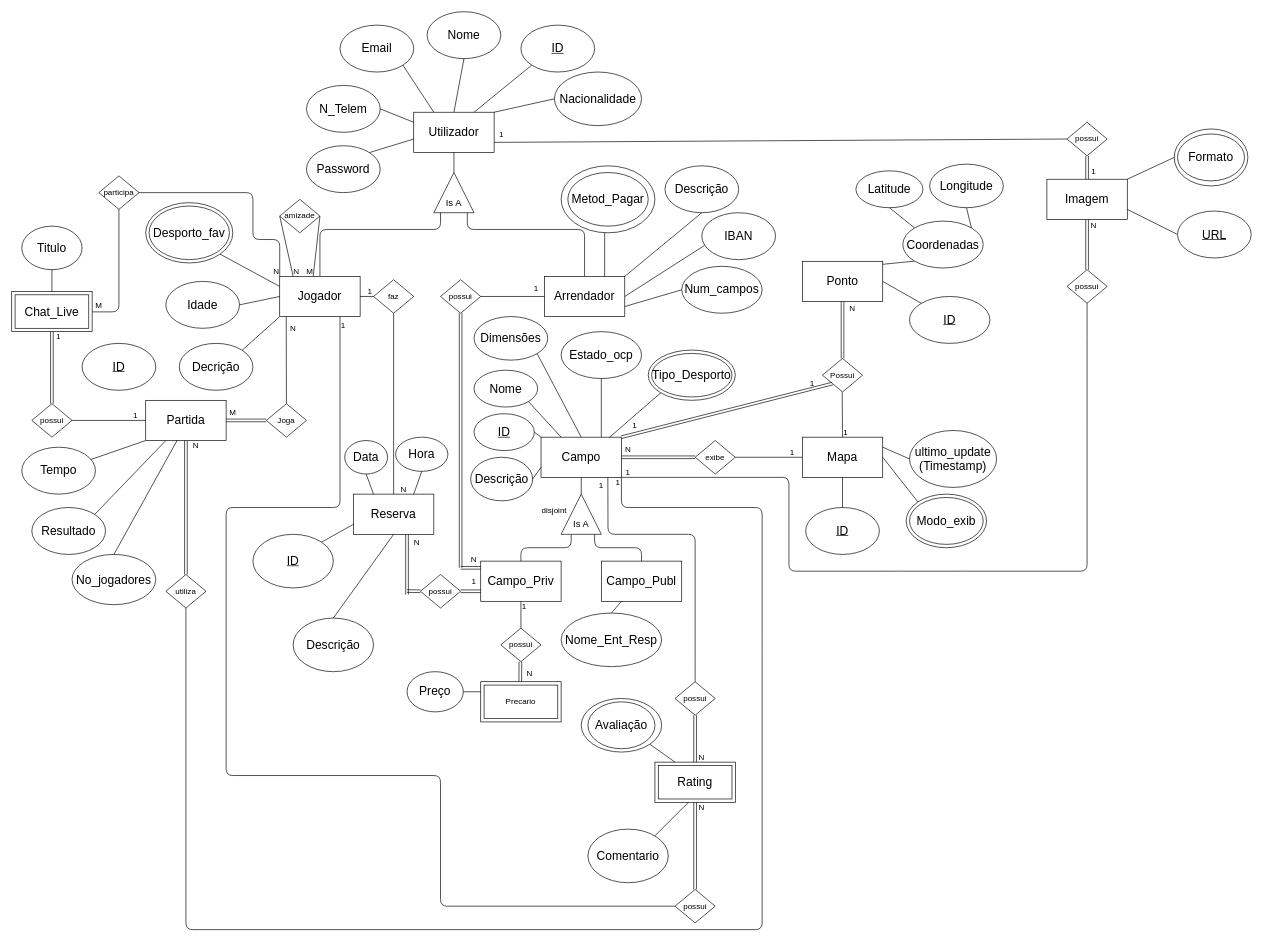
Earlier version of the draw.io diagram DER_SL.drawio (Paul-Y5/Projeto_SPORTSLINK-BD). Source tidied: cells renumbered, new cells numbered last; positions are measured from the earlier drawing's top-left corner, leaving out a move shared by most shapes. Both pictures are drawn from the tidied source at 67%, with x=0, y=0 at pixel (11, 11).
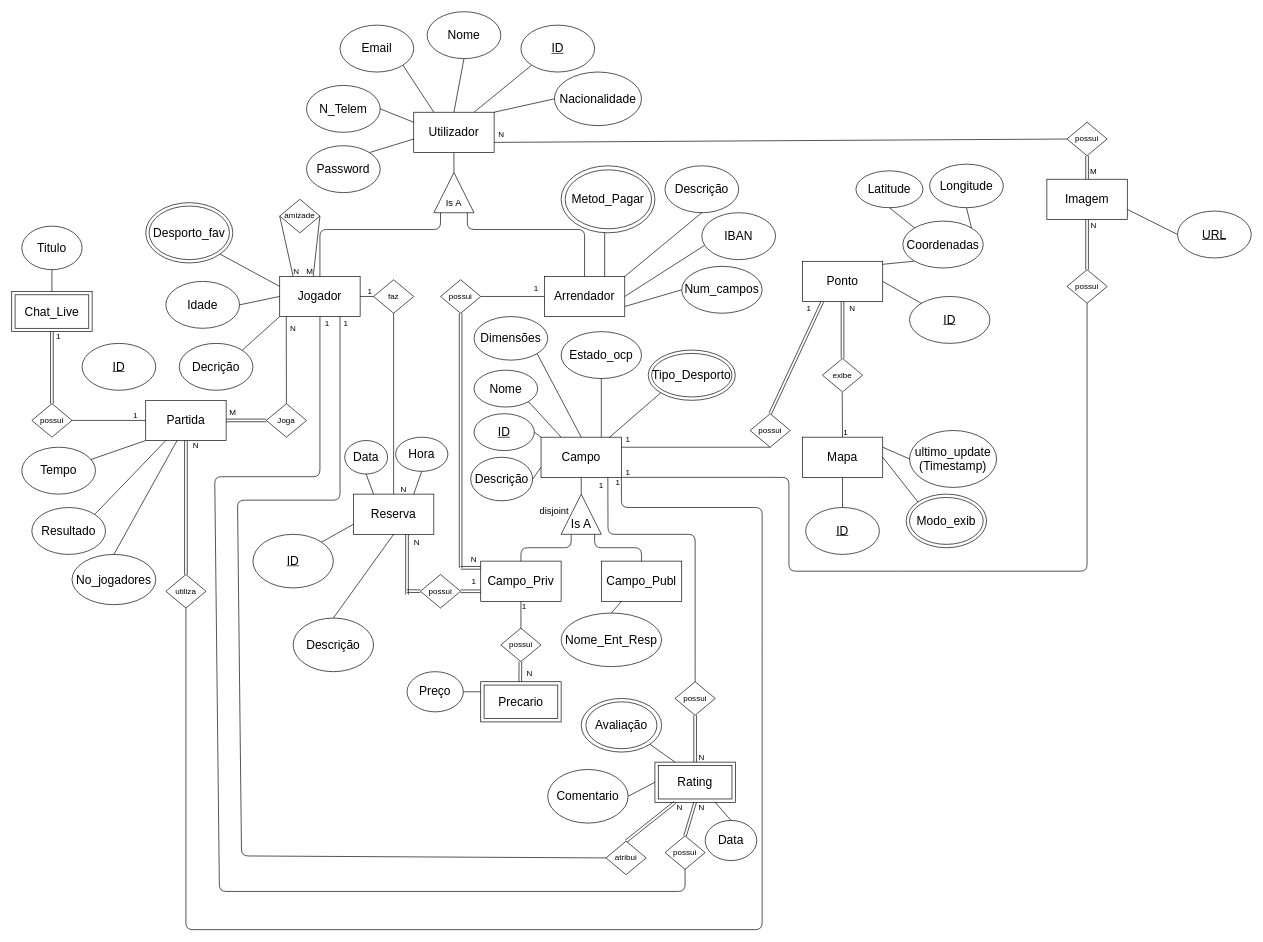
The same page after the edit.

The change refers to these unchanged cells:
```xml
<mxCell id="15" value="&lt;span style=&quot;font-size: 18px;&quot;&gt;Jogador&lt;/span&gt;" style="rounded=0;whiteSpace=wrap;html=1;" parent="1" vertex="1">
  <mxGeometry x="400" y="395" width="120" height="60" as="geometry" />
</mxCell>
<mxCell id="37" value="&lt;font style=&quot;font-size: 18px;&quot;&gt;Mapa&lt;/font&gt;" style="rounded=0;whiteSpace=wrap;html=1;" parent="1" vertex="1">
  <mxGeometry x="1180" y="635" width="120" height="60" as="geometry" />
</mxCell>
<mxCell id="45" value="&lt;font style=&quot;font-size: 18px;&quot;&gt;Campo&lt;/font&gt;" style="rounded=0;whiteSpace=wrap;html=1;" parent="1" vertex="1">
  <mxGeometry x="790" y="635" width="120" height="60" as="geometry" />
</mxCell>
<mxCell id="74" value="&lt;font style=&quot;font-size: 18px;&quot;&gt;Rating&lt;/font&gt;" style="rounded=0;whiteSpace=wrap;html=1;" parent="1" vertex="1">
  <mxGeometry x="960" y="1120" width="120" height="60" as="geometry" />
</mxCell>
<mxCell id="78" value="&lt;font style=&quot;font-size: 18px;&quot;&gt;Imagem&lt;/font&gt;" style="rounded=0;whiteSpace=wrap;html=1;" parent="1" vertex="1">
  <mxGeometry x="1545" y="250" width="120" height="60" as="geometry" />
</mxCell>
<mxCell id="175" value="&lt;span style=&quot;font-size: 18px;&quot;&gt;Ponto&lt;/span&gt;" style="rounded=0;whiteSpace=wrap;html=1;" parent="1" vertex="1">
  <mxGeometry x="1180" y="372.5" width="120" height="60" as="geometry" />
</mxCell>
```

Change to the diagram source:
```diff
@@
     <mxCell id="33" style="ellipse;whiteSpace=wrap;html=1;fillColor=none;" parent="1" vertex="1">
-      <mxGeometry x="830" y="240" width="120" height="80" as="geometry" />
+      <mxGeometry x="826" y="236" width="129" height="88" as="geometry" />
     </mxCell>
@@
-    <mxCell id="46" value="exibe" style="rhombus;whiteSpace=wrap;html=1;" parent="1" vertex="1">
-      <mxGeometry x="1020" y="640" width="60" height="50" as="geometry" />
-    </mxCell>
-    <mxCell id="47" style="endArrow=none;html=1;entryX=0;entryY=0.5;entryDx=0;entryDy=0;exitX=1;exitY=0.5;exitDx=0;exitDy=0;shape=link;" parent="1" edge="1" source="45" target="46">
-      <mxGeometry relative="1" as="geometry" />
-    </mxCell>
-    <mxCell id="48" style="endArrow=none;html=1;entryX=0;entryY=0.5;entryDx=0;entryDy=0;exitX=1;exitY=0.5;exitDx=0;exitDy=0;" parent="1" edge="1" source="46" target="37">
-      <mxGeometry relative="1" as="geometry" />
-    </mxCell>
@@
-    <mxCell id="56" value="Precario" style="rounded=0;whiteSpace=wrap;html=1;" parent="1" vertex="1">
+    <mxCell id="56" value="&lt;font style=&quot;font-size: 18px;&quot;&gt;Precario&lt;/font&gt;" style="rounded=0;whiteSpace=wrap;html=1;" parent="1" vertex="1">
       <mxGeometry x="700" y="1000" width="120" height="60" as="geometry" />
     </mxCell>
@@
-    <mxCell id="92" value="possui" style="rhombus;whiteSpace=wrap;html=1;" parent="1" vertex="1">
-      <mxGeometry x="990" y="1310" width="60" height="50" as="geometry" />
-    </mxCell>
-    <mxCell id="93" style="endArrow=none;html=1;entryX=0.75;entryY=1;entryDx=0;entryDy=0;exitX=0;exitY=0.5;exitDx=0;exitDy=0;" parent="1" edge="1" source="92" target="15">
-      <mxGeometry relative="1" as="geometry">
-        <Array as="points">
-          <mxPoint x="640" y="1335" />
-          <mxPoint x="640" y="1140" />
-          <mxPoint x="320" y="1140" />
-          <mxPoint x="320" y="740" />
-          <mxPoint x="490" y="740" />
-        </Array>
-      </mxGeometry>
-    </mxCell>
@@
     <mxCell id="96" value="&lt;font style=&quot;font-size: 18px;&quot;&gt;Comentario&lt;/font&gt;" style="ellipse;whiteSpace=wrap;html=1;" parent="1" vertex="1">
-      <mxGeometry x="860" y="1220" width="120" height="80" as="geometry" />
+      <mxGeometry x="800" y="1131" width="120" height="80" as="geometry" />
     </mxCell>
-    <mxCell id="97" style="endArrow=none;html=1;" parent="1" edge="1">
-      <mxGeometry relative="1" as="geometry">
-        <mxPoint x="960" y="1230" as="sourcePoint" />
-        <mxPoint x="1010" y="1180" as="targetPoint" />
-      </mxGeometry>
+    <mxCell id="97" style="endArrow=none;html=1;exitX=1;exitY=0.5;exitDx=0;exitDy=0;entryX=0;entryY=0.5;entryDx=0;entryDy=0;" parent="1" edge="1" source="96" target="74">
+      <mxGeometry relative="1" as="geometry" />
     </mxCell>
@@
-    <mxCell id="105" style="endArrow=none;html=1;entryX=0.5;entryY=1;entryDx=0;entryDy=0;shape=link;" parent="1" edge="1" target="74">
-      <mxGeometry relative="1" as="geometry">
-        <mxPoint x="1020" y="1310" as="sourcePoint" />
-      </mxGeometry>
-    </mxCell>
@@
-    <mxCell id="131" value="participa" style="rhombus;whiteSpace=wrap;html=1;" parent="1" vertex="1">
-      <mxGeometry x="130" y="245" width="60" height="50" as="geometry" />
-    </mxCell>
-    <mxCell id="132" style="endArrow=none;html=1;entryX=0.5;entryY=1;entryDx=0;entryDy=0;" parent="1" edge="1" target="131">
-      <mxGeometry relative="1" as="geometry">
-        <mxPoint x="120" y="448" as="sourcePoint" />
-        <Array as="points">
-          <mxPoint x="160" y="448" />
-        </Array>
-      </mxGeometry>
-    </mxCell>
-    <mxCell id="133" style="endArrow=none;html=1;exitX=1;exitY=0.5;exitDx=0;exitDy=0;entryX=0;entryY=0;entryDx=0;entryDy=0;" parent="1" edge="1" source="131" target="15">
-      <mxGeometry relative="1" as="geometry">
-        <Array as="points">
-          <mxPoint x="360" y="270" />
-          <mxPoint x="360" y="340" />
-          <mxPoint x="400" y="340" />
-        </Array>
-      </mxGeometry>
-    </mxCell>
-    <mxCell id="134" value="&lt;font style=&quot;font-size: 14px;&quot;&gt;Is A&lt;/font&gt;" style="text;strokeColor=none;align=center;fillColor=none;html=1;verticalAlign=middle;whiteSpace=wrap;rounded=0;" parent="1" vertex="1">
+    <mxCell id="134" value="&lt;font style=&quot;font-size: 18px;&quot;&gt;Is A&lt;/font&gt;" style="text;strokeColor=none;align=center;fillColor=none;html=1;verticalAlign=middle;whiteSpace=wrap;rounded=0;" parent="1" vertex="1">
       <mxGeometry x="820" y="750" width="60" height="30" as="geometry" />
     </mxCell>
@@
-    <mxCell id="140" value="N" style="text;strokeColor=none;align=center;fillColor=none;html=1;verticalAlign=middle;whiteSpace=wrap;rounded=0;" parent="1" vertex="1">
-      <mxGeometry x="390" y="385" width="10" height="5" as="geometry" />
-    </mxCell>
-    <mxCell id="141" value="M" style="text;strokeColor=none;align=center;fillColor=none;html=1;verticalAlign=middle;whiteSpace=wrap;rounded=0;" parent="1" vertex="1">
-      <mxGeometry x="125" y="435" width="10" height="5" as="geometry" />
-    </mxCell>
@@
-    <mxCell id="148" value="1" style="text;strokeColor=none;align=center;fillColor=none;html=1;verticalAlign=middle;whiteSpace=wrap;rounded=0;" parent="1" vertex="1">
-      <mxGeometry x="490" y="465" width="10" height="5" as="geometry" />
-    </mxCell>
-    <mxCell id="149" value="N" style="text;strokeColor=none;align=center;fillColor=none;html=1;verticalAlign=middle;whiteSpace=wrap;rounded=0;" parent="1" vertex="1">
-      <mxGeometry x="1025" y="1180" width="10" height="15" as="geometry" />
-    </mxCell>
@@
-    <mxCell id="154" value="1" style="text;strokeColor=none;align=center;fillColor=none;html=1;verticalAlign=middle;whiteSpace=wrap;rounded=0;" parent="1" vertex="1">
+    <mxCell id="154" value="M" style="text;strokeColor=none;align=center;fillColor=none;html=1;verticalAlign=middle;whiteSpace=wrap;rounded=0;" parent="1" vertex="1">
       <mxGeometry x="1610" y="230" width="10" height="15" as="geometry" />
     </mxCell>
-    <mxCell id="155" value="1" style="text;strokeColor=none;align=center;fillColor=none;html=1;verticalAlign=middle;whiteSpace=wrap;rounded=0;" parent="1" vertex="1">
+    <mxCell id="155" value="N" style="text;strokeColor=none;align=center;fillColor=none;html=1;verticalAlign=middle;whiteSpace=wrap;rounded=0;" parent="1" vertex="1">
       <mxGeometry x="726.2" y="175" width="10" height="15" as="geometry" />
     </mxCell>
-    <mxCell id="156" value="1" style="text;strokeColor=none;align=center;fillColor=none;html=1;verticalAlign=middle;whiteSpace=wrap;rounded=0;" parent="1" vertex="1">
-      <mxGeometry x="1160" y="650" width="10" height="15" as="geometry" />
-    </mxCell>
-    <mxCell id="157" value="N" style="text;strokeColor=none;align=center;fillColor=none;html=1;verticalAlign=middle;whiteSpace=wrap;rounded=0;" parent="1" vertex="1">
-      <mxGeometry x="915" y="645" width="10" height="15" as="geometry" />
-    </mxCell>
@@
     <mxCell id="168" style="ellipse;whiteSpace=wrap;html=1;fillColor=none;" parent="1" vertex="1">
-      <mxGeometry x="860" y="1030" width="100" height="70" as="geometry" />
+      <mxGeometry x="857" y="1030" width="106" height="70" as="geometry" />
     </mxCell>
-    <mxCell id="169" value="disjoint" style="text;strokeColor=none;align=center;fillColor=none;html=1;verticalAlign=middle;whiteSpace=wrap;rounded=0;" parent="1" vertex="1">
+    <mxCell id="169" value="&lt;font style=&quot;font-size: 14px;&quot;&gt;disjoint&lt;/font&gt;" style="text;strokeColor=none;align=center;fillColor=none;html=1;verticalAlign=middle;whiteSpace=wrap;rounded=0;" parent="1" vertex="1">
       <mxGeometry x="780" y="730" width="60" height="30" as="geometry" />
     </mxCell>
@@
-    <mxCell id="171" value="&lt;span style=&quot;font-size: 18px;&quot;&gt;Formato&lt;/span&gt;" style="ellipse;whiteSpace=wrap;html=1;" parent="1" vertex="1">
-      <mxGeometry x="1735" y="175" width="110" height="85" as="geometry" />
-    </mxCell>
-    <mxCell id="172" style="ellipse;whiteSpace=wrap;html=1;fillColor=none;" parent="1" vertex="1">
-      <mxGeometry x="1740" y="182.5" width="100" height="70" as="geometry" />
-    </mxCell>
-    <mxCell id="173" style="endArrow=none;html=1;exitX=1;exitY=0;exitDx=0;exitDy=0;entryX=0;entryY=0.5;entryDx=0;entryDy=0;" parent="1" edge="1" source="78" target="171">
-      <mxGeometry relative="1" as="geometry" />
-    </mxCell>
@@
-    <mxCell id="176" value="Possui" style="rhombus;whiteSpace=wrap;html=1;" parent="1" vertex="1">
+    <mxCell id="176" value="exibe" style="rhombus;whiteSpace=wrap;html=1;" parent="1" vertex="1">
       <mxGeometry x="1210" y="517.5" width="60" height="50" as="geometry" />
     </mxCell>
-    <mxCell id="177" style="endArrow=none;html=1;entryX=0;entryY=1;entryDx=0;entryDy=0;exitX=1;exitY=0;exitDx=0;exitDy=0;shape=link;" parent="1" edge="1" source="45" target="176">
-      <mxGeometry relative="1" as="geometry" />
-    </mxCell>
@@
-    <mxCell id="180" value="1" style="text;strokeColor=none;align=center;fillColor=none;html=1;verticalAlign=middle;whiteSpace=wrap;rounded=0;" parent="1" vertex="1">
-      <mxGeometry x="925" y="610" width="10" height="15" as="geometry" />
-    </mxCell>
-    <mxCell id="181" value="1" style="text;strokeColor=none;align=center;fillColor=none;html=1;verticalAlign=middle;whiteSpace=wrap;rounded=0;" parent="1" vertex="1">
-      <mxGeometry x="1190" y="547.5" width="10" height="15" as="geometry" />
-    </mxCell>
@@
+    <mxCell id="197" value="possui" style="rhombus;whiteSpace=wrap;html=1;" parent="1" vertex="1">
+      <mxGeometry x="1102" y="600" width="60" height="50" as="geometry" />
+    </mxCell>
+    <mxCell id="198" style="endArrow=none;html=1;exitX=0.5;exitY=0;exitDx=0;exitDy=0;entryX=0.25;entryY=1;entryDx=0;entryDy=0;shape=link;" parent="1" edge="1" source="197" target="175">
+      <mxGeometry relative="1" as="geometry" />
+    </mxCell>
+    <mxCell id="199" style="endArrow=none;html=1;entryX=0.5;entryY=1;entryDx=0;entryDy=0;exitX=1;exitY=0.25;exitDx=0;exitDy=0;" parent="1" edge="1" source="45" target="197">
+      <mxGeometry relative="1" as="geometry" />
+    </mxCell>
+    <mxCell id="200" value="1" style="text;strokeColor=none;align=center;fillColor=none;html=1;verticalAlign=middle;whiteSpace=wrap;rounded=0;" parent="1" vertex="1">
+      <mxGeometry x="915" y="630" width="10" height="15" as="geometry" />
+    </mxCell>
+    <mxCell id="201" value="1" style="text;strokeColor=none;align=center;fillColor=none;html=1;verticalAlign=middle;whiteSpace=wrap;rounded=0;" parent="1" vertex="1">
+      <mxGeometry x="1185" y="435" width="10" height="15" as="geometry" />
+    </mxCell>
+    <mxCell id="202" value="&lt;font style=&quot;font-size: 18px;&quot;&gt;Data&lt;/font&gt;" style="ellipse;whiteSpace=wrap;html=1;" parent="1" vertex="1">
+      <mxGeometry x="1035" y="1207" width="77" height="60" as="geometry" />
+    </mxCell>
+    <mxCell id="203" style="endArrow=none;html=1;entryX=0.5;entryY=0;entryDx=0;entryDy=0;exitX=0.75;exitY=1;exitDx=0;exitDy=0;" parent="1" edge="1" source="74" target="202">
+      <mxGeometry relative="1" as="geometry" />
+    </mxCell>
+    <mxCell id="204" value="possui" style="rhombus;whiteSpace=wrap;html=1;" parent="1" vertex="1">
+      <mxGeometry x="975" y="1230" width="60" height="50" as="geometry" />
+    </mxCell>
+    <mxCell id="205" style="endArrow=none;html=1;entryX=0.5;entryY=0;entryDx=0;entryDy=0;exitX=0.5;exitY=1;exitDx=0;exitDy=0;shape=link;" parent="1" edge="1" source="74" target="204">
+      <mxGeometry relative="1" as="geometry" />
+    </mxCell>
+    <mxCell id="206" value="atribui" style="rhombus;whiteSpace=wrap;html=1;" parent="1" vertex="1">
+      <mxGeometry x="887" y="1238" width="60" height="50" as="geometry" />
+    </mxCell>
+    <mxCell id="207" style="endArrow=none;html=1;entryX=0.5;entryY=0;entryDx=0;entryDy=0;shape=link;exitX=0.25;exitY=1;exitDx=0;exitDy=0;" parent="1" edge="1" source="74" target="206">
+      <mxGeometry relative="1" as="geometry" />
+    </mxCell>
+    <mxCell id="208" style="endArrow=none;html=1;entryX=0.5;entryY=1;entryDx=0;entryDy=0;exitX=0.5;exitY=1;exitDx=0;exitDy=0;" parent="1" edge="1" source="204" target="15">
+      <mxGeometry relative="1" as="geometry">
+        <Array as="points">
+          <mxPoint x="1005" y="1313" />
+          <mxPoint x="310" y="1313" />
+          <mxPoint x="303" y="694" />
+          <mxPoint x="460" y="694" />
+        </Array>
+      </mxGeometry>
+    </mxCell>
+    <mxCell id="209" style="endArrow=none;html=1;exitX=0.75;exitY=1;exitDx=0;exitDy=0;entryX=0;entryY=0.5;entryDx=0;entryDy=0;" parent="1" edge="1" source="15" target="206">
+      <mxGeometry relative="1" as="geometry">
+        <Array as="points">
+          <mxPoint x="490" y="729" />
+          <mxPoint x="337" y="729" />
+          <mxPoint x="343" y="1260" />
+        </Array>
+      </mxGeometry>
+    </mxCell>
+    <mxCell id="210" value="1" style="text;strokeColor=none;align=center;fillColor=none;html=1;verticalAlign=middle;whiteSpace=wrap;rounded=0;" parent="1" vertex="1">
+      <mxGeometry x="466" y="462" width="10" height="5" as="geometry" />
+    </mxCell>
+    <mxCell id="211" value="1" style="text;strokeColor=none;align=center;fillColor=none;html=1;verticalAlign=middle;whiteSpace=wrap;rounded=0;" parent="1" vertex="1">
+      <mxGeometry x="494" y="462" width="10" height="5" as="geometry" />
+    </mxCell>
+    <mxCell id="212" value="N" style="text;strokeColor=none;align=center;fillColor=none;html=1;verticalAlign=middle;whiteSpace=wrap;rounded=0;" parent="1" vertex="1">
+      <mxGeometry x="992" y="1180" width="10" height="15" as="geometry" />
+    </mxCell>
+    <mxCell id="149" value="N" style="text;strokeColor=none;align=center;fillColor=none;html=1;verticalAlign=middle;whiteSpace=wrap;rounded=0;" parent="1" vertex="1">
+      <mxGeometry x="1025" y="1180" width="10" height="15" as="geometry" />
+    </mxCell>
```
